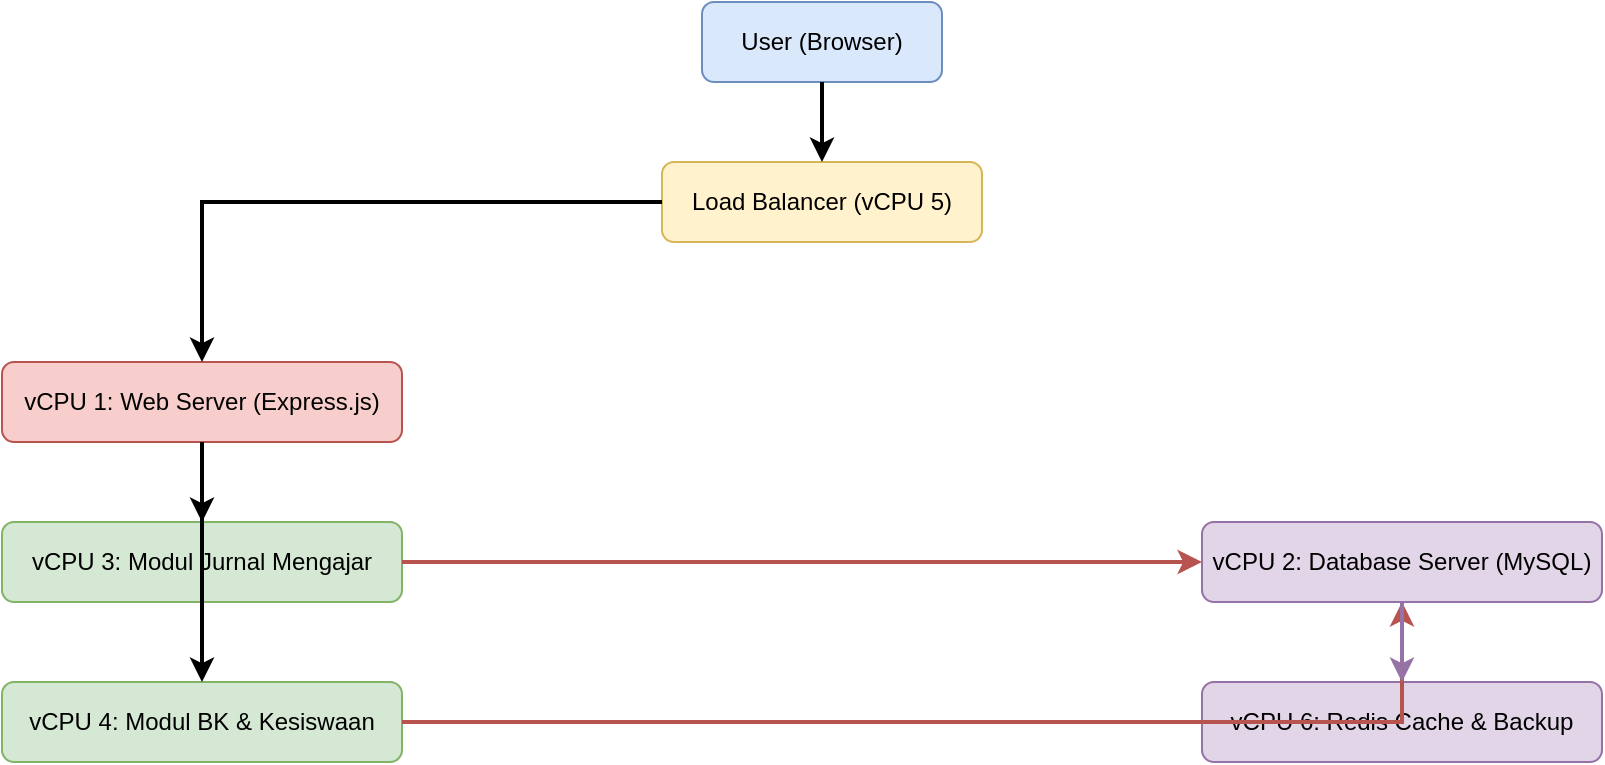
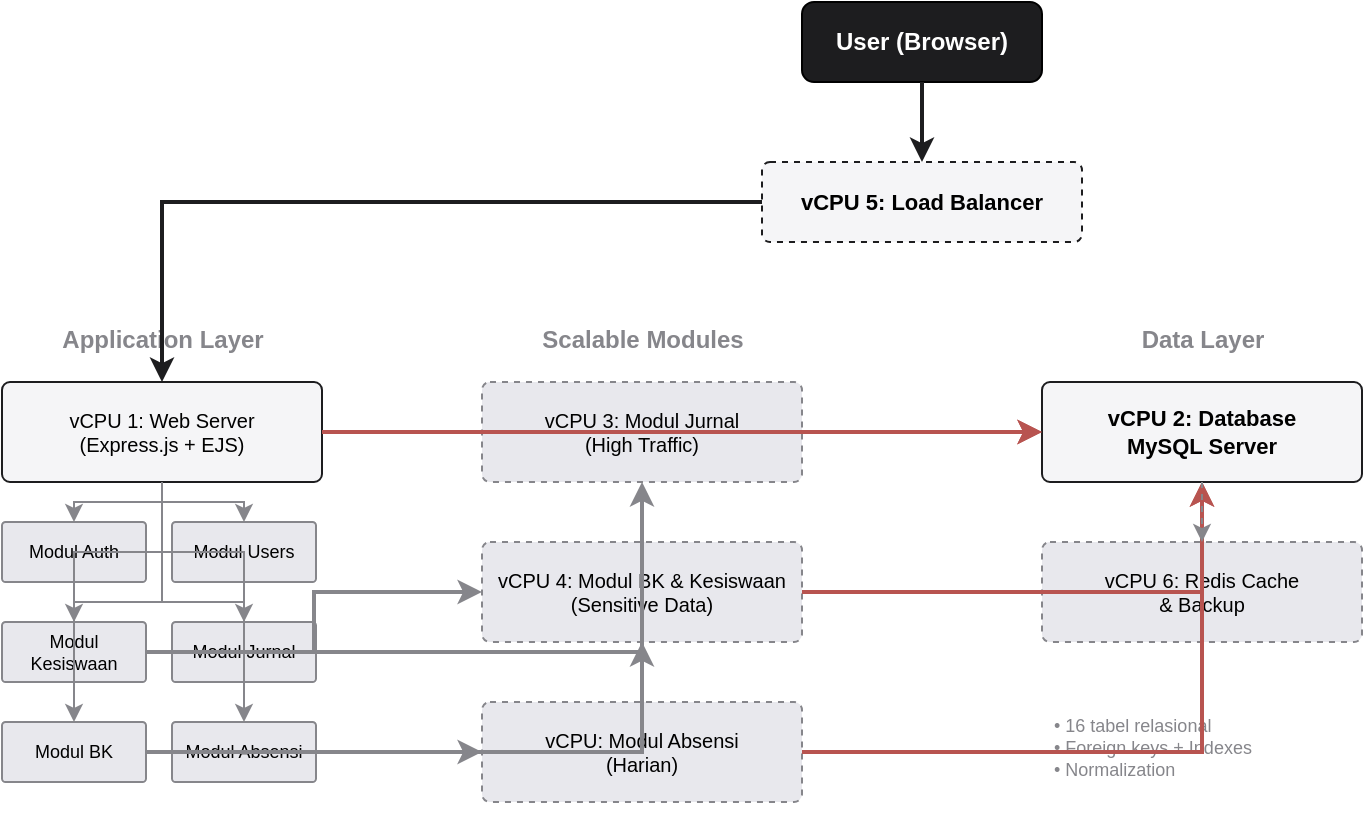
- <mxfile host="Electron" modified="2026-07-11T10:00:00.000Z" agent="Mozilla/5.0">
+ <mxfile host="Electron" modified="2026-07-14T12:00:00.000Z" agent="Mozilla/5.0">
  <diagram id="arsitektur" name="Arsitektur Sistem">
-     <mxGraphModel dx="1000" dy="600" grid="1" gridSize="10">
+     <mxGraphModel dx="1200" dy="800" grid="1" gridSize="10">
      <root>
        <mxCell id="0" />
        <mxCell id="1" parent="0" />
-         <mxCell id="2" value="User (Browser)" style="rounded=1;whiteSpace=wrap;html=1;fillColor=#dae8fc;strokeColor=#6c8ebf;" vertex="1" parent="1">
-           <mxGeometry x="400" y="20" width="120" height="40" as="geometry" />
+         <!-- Layer 1: Client -->
+         <mxCell id="c1" value="User (Browser)" style="rounded=1;whiteSpace=wrap;html=1;fillColor=#1d1d1f;fontColor=#ffffff;fontSize=12;fontStyle=1;" vertex="1" parent="1">
+           <mxGeometry x="440" y="20" width="120" height="40" as="geometry" />
        </mxCell>
-         <mxCell id="3" value="Load Balancer (vCPU 5)" style="rounded=1;whiteSpace=wrap;html=1;fillColor=#fff2cc;strokeColor=#d6b656;" vertex="1" parent="1">
-           <mxGeometry x="380" y="100" width="160" height="40" as="geometry" />
+         <!-- Layer 2: Load Balancer -->
+         <mxCell id="lb" value="vCPU 5: Load Balancer" style="rounded=1;whiteSpace=wrap;html=1;fillColor=#f5f5f7;strokeColor=#1d1d1f;fontSize=11;fontStyle=1;dashed=1;arcSize=10;" vertex="1" parent="1">
+           <mxGeometry x="420" y="100" width="160" height="40" as="geometry" />
        </mxCell>
-         <mxCell id="4" value="vCPU 1: Web Server (Express.js)" style="rounded=1;whiteSpace=wrap;html=1;fillColor=#f8cecc;strokeColor=#b85450;" vertex="1" parent="1">
-           <mxGeometry x="50" y="200" width="200" height="40" as="geometry" />
+         <!-- Layer 3: Application -->
+         <mxCell id="l3label" value="Application Layer" style="text;html=1;strokeColor=none;fillColor=none;fontSize=12;fontStyle=1;fontColor=#86868b;align=center;" vertex="1" parent="1">
+           <mxGeometry x="40" y="175" width="160" height="30" as="geometry" />
        </mxCell>
-         <mxCell id="5" value="vCPU 3: Modul Jurnal Mengajar" style="rounded=1;whiteSpace=wrap;html=1;fillColor=#d5e8d4;strokeColor=#82b366;" vertex="1" parent="1">
-           <mxGeometry x="50" y="280" width="200" height="40" as="geometry" />
+         <mxCell id="web" value="vCPU 1: Web Server&#10;(Express.js + EJS)" style="rounded=1;whiteSpace=wrap;html=1;fillColor=#f5f5f7;strokeColor=#1d1d1f;fontSize=10;arcSize=8;" vertex="1" parent="1">
+           <mxGeometry x="40" y="210" width="160" height="50" as="geometry" />
        </mxCell>
-         <mxCell id="6" value="vCPU 4: Modul BK &amp; Kesiswaan" style="rounded=1;whiteSpace=wrap;html=1;fillColor=#d5e8d4;strokeColor=#82b366;" vertex="1" parent="1">
-           <mxGeometry x="50" y="360" width="200" height="40" as="geometry" />
+         <mxCell id="mod1" value="Modul Auth" style="rounded=1;whiteSpace=wrap;html=1;fillColor=#e8e8ed;strokeColor=#86868b;fontSize=9;arcSize=6;" vertex="1" parent="1">
+           <mxGeometry x="40" y="280" width="72" height="30" as="geometry" />
        </mxCell>
-         <mxCell id="7" value="vCPU 2: Database Server (MySQL)" style="rounded=1;whiteSpace=wrap;html=1;fillColor=#e1d5e7;strokeColor=#9673a6;" vertex="1" parent="1">
-           <mxGeometry x="650" y="280" width="200" height="40" as="geometry" />
+         <mxCell id="mod2" value="Modul Users" style="rounded=1;whiteSpace=wrap;html=1;fillColor=#e8e8ed;strokeColor=#86868b;fontSize=9;arcSize=6;" vertex="1" parent="1">
+           <mxGeometry x="125" y="280" width="72" height="30" as="geometry" />
        </mxCell>
-         <mxCell id="8" value="vCPU 6: Redis Cache &amp; Backup" style="rounded=1;whiteSpace=wrap;html=1;fillColor=#e1d5e7;strokeColor=#9673a6;" vertex="1" parent="1">
-           <mxGeometry x="650" y="360" width="200" height="40" as="geometry" />
+         <mxCell id="mod3" value="Modul Kesiswaan" style="rounded=1;whiteSpace=wrap;html=1;fillColor=#e8e8ed;strokeColor=#86868b;fontSize=9;arcSize=6;" vertex="1" parent="1">
+           <mxGeometry x="40" y="330" width="72" height="30" as="geometry" />
        </mxCell>
-         <mxCell id="9" value="" style="edgeStyle=orthogonalEdgeStyle;rounded=0;orthogonalLoop=1;jettySize=auto;html=1;strokeWidth=2;" edge="1" parent="1" source="2" target="3">
-           <mxGeometry relative="1" as="geometry" />
+         <mxCell id="mod4" value="Modul Jurnal" style="rounded=1;whiteSpace=wrap;html=1;fillColor=#e8e8ed;strokeColor=#86868b;fontSize=9;arcSize=6;" vertex="1" parent="1">
+           <mxGeometry x="125" y="330" width="72" height="30" as="geometry" />
        </mxCell>
-         <mxCell id="10" value="" style="edgeStyle=orthogonalEdgeStyle;rounded=0;orthogonalLoop=1;jettySize=auto;html=1;strokeWidth=2;" edge="1" parent="1" source="3" target="4">
-           <mxGeometry relative="1" as="geometry" />
+         <mxCell id="mod5" value="Modul BK" style="rounded=1;whiteSpace=wrap;html=1;fillColor=#e8e8ed;strokeColor=#86868b;fontSize=9;arcSize=6;" vertex="1" parent="1">
+           <mxGeometry x="40" y="380" width="72" height="30" as="geometry" />
        </mxCell>
-         <mxCell id="11" value="" style="edgeStyle=orthogonalEdgeStyle;rounded=0;orthogonalLoop=1;jettySize=auto;html=1;strokeWidth=2;" edge="1" parent="1" source="4" target="5">
-           <mxGeometry relative="1" as="geometry" />
+         <mxCell id="mod6" value="Modul Absensi" style="rounded=1;whiteSpace=wrap;html=1;fillColor=#e8e8ed;strokeColor=#86868b;fontSize=9;arcSize=6;" vertex="1" parent="1">
+           <mxGeometry x="125" y="380" width="72" height="30" as="geometry" />
        </mxCell>
-         <mxCell id="12" value="" style="edgeStyle=orthogonalEdgeStyle;rounded=0;orthogonalLoop=1;jettySize=auto;html=1;strokeWidth=2;" edge="1" parent="1" source="4" target="6">
-           <mxGeometry relative="1" as="geometry" />
+         <!-- Module Split - separate vCPU for heavy modules -->
+         <mxCell id="v3label" value="Scalable Modules" style="text;html=1;strokeColor=none;fillColor=none;fontSize=12;fontStyle=1;fontColor=#86868b;align=center;" vertex="1" parent="1">
+           <mxGeometry x="280" y="175" width="160" height="30" as="geometry" />
        </mxCell>
-         <mxCell id="13" value="" style="edgeStyle=orthogonalEdgeStyle;rounded=0;orthogonalLoop=1;jettySize=auto;html=1;strokeWidth=2;strokeColor=#b85450;" edge="1" parent="1" source="5" target="7">
-           <mxGeometry relative="1" as="geometry" />
+         <mxCell id="v3box" value="vCPU 3: Modul Jurnal&#10;(High Traffic)" style="rounded=1;whiteSpace=wrap;html=1;fillColor=#e8e8ed;strokeColor=#86868b;fontSize=10;arcSize=8;dashed=1;" vertex="1" parent="1">
+           <mxGeometry x="280" y="210" width="160" height="50" as="geometry" />
        </mxCell>
-         <mxCell id="14" value="" style="edgeStyle=orthogonalEdgeStyle;rounded=0;orthogonalLoop=1;jettySize=auto;html=1;strokeWidth=2;strokeColor=#b85450;" edge="1" parent="1" source="6" target="7">
-           <mxGeometry relative="1" as="geometry" />
+         <mxCell id="v4box" value="vCPU 4: Modul BK &amp; Kesiswaan&#10;(Sensitive Data)" style="rounded=1;whiteSpace=wrap;html=1;fillColor=#e8e8ed;strokeColor=#86868b;fontSize=10;arcSize=8;dashed=1;" vertex="1" parent="1">
+           <mxGeometry x="280" y="290" width="160" height="50" as="geometry" />
        </mxCell>
-         <mxCell id="15" value="" style="edgeStyle=orthogonalEdgeStyle;rounded=0;orthogonalLoop=1;jettySize=auto;html=1;strokeWidth=2;strokeColor=#9673a6;" edge="1" parent="1" source="7" target="8">
-           <mxGeometry relative="1" as="geometry" />
+         <mxCell id="v4b" value="vCPU: Modul Absensi&#10;(Harian)" style="rounded=1;whiteSpace=wrap;html=1;fillColor=#e8e8ed;strokeColor=#86868b;fontSize=10;arcSize=8;dashed=1;" vertex="1" parent="1">
+           <mxGeometry x="280" y="370" width="160" height="50" as="geometry" />
        </mxCell>
+         <!-- Layer 4: Data -->
+         <mxCell id="l4label" value="Data Layer" style="text;html=1;strokeColor=none;fillColor=none;fontSize=12;fontStyle=1;fontColor=#86868b;align=center;" vertex="1" parent="1">
+           <mxGeometry x="560" y="175" width="160" height="30" as="geometry" />
+         </mxCell>
+         <mxCell id="db" value="vCPU 2: Database&#10;MySQL Server" style="rounded=1;whiteSpace=wrap;html=1;fillColor=#f5f5f7;strokeColor=#1d1d1f;fontSize=11;fontStyle=1;arcSize=8;" vertex="1" parent="1">
+           <mxGeometry x="560" y="210" width="160" height="50" as="geometry" />
+         </mxCell>
+         <mxCell id="cache" value="vCPU 6: Redis Cache&#10;&amp; Backup" style="rounded=1;whiteSpace=wrap;html=1;fillColor=#e8e8ed;strokeColor=#86868b;fontSize=10;arcSize=8;dashed=1;" vertex="1" parent="1">
+           <mxGeometry x="560" y="290" width="160" height="50" as="geometry" />
+         </mxCell>
+         <mxCell id="dbdesc" value="• 16 tabel relasional&#10;• Foreign keys + Indexes&#10;• Normalization" style="text;html=1;strokeColor=none;fillColor=none;fontSize=9;fontColor=#86868b;align=left;spacingLeft=4;" vertex="1" parent="1">
+           <mxGeometry x="560" y="370" width="160" height="60" as="geometry" />
+         </mxCell>
+         <!-- Connections -->
+         <mxCell id="con1" value="" style="edgeStyle=orthogonalEdgeStyle;rounded=0;html=1;strokeWidth=2;strokeColor=#1d1d1f;" edge="1" parent="1" source="c1" target="lb"><mxGeometry relative="1" as="geometry" /></mxCell>
+         <mxCell id="con2" value="" style="edgeStyle=orthogonalEdgeStyle;rounded=0;html=1;strokeWidth=2;strokeColor=#1d1d1f;" edge="1" parent="1" source="lb" target="web"><mxGeometry relative="1" as="geometry" /></mxCell>
+         <mxCell id="con3" value="" style="edgeStyle=orthogonalEdgeStyle;rounded=0;html=1;strokeColor=#86868b;" edge="1" parent="1" source="web" target="mod1"><mxGeometry relative="1" as="geometry" /></mxCell>
+         <mxCell id="con4" value="" style="edgeStyle=orthogonalEdgeStyle;rounded=0;html=1;strokeColor=#86868b;" edge="1" parent="1" source="web" target="mod2"><mxGeometry relative="1" as="geometry" /></mxCell>
+         <mxCell id="con5" value="" style="edgeStyle=orthogonalEdgeStyle;rounded=0;html=1;strokeColor=#86868b;" edge="1" parent="1" source="web" target="mod3"><mxGeometry relative="1" as="geometry" /></mxCell>
+         <mxCell id="con6" value="" style="edgeStyle=orthogonalEdgeStyle;rounded=0;html=1;strokeColor=#86868b;" edge="1" parent="1" source="web" target="mod4"><mxGeometry relative="1" as="geometry" /></mxCell>
+         <mxCell id="con7" value="" style="edgeStyle=orthogonalEdgeStyle;rounded=0;html=1;strokeColor=#86868b;" edge="1" parent="1" source="web" target="mod5"><mxGeometry relative="1" as="geometry" /></mxCell>
+         <mxCell id="con8" value="" style="edgeStyle=orthogonalEdgeStyle;rounded=0;html=1;strokeColor=#86868b;" edge="1" parent="1" source="web" target="mod6"><mxGeometry relative="1" as="geometry" /></mxCell>
+         <mxCell id="con9" value="" style="edgeStyle=orthogonalEdgeStyle;rounded=0;html=1;strokeColor=#86868b;strokeWidth=2;" edge="1" parent="1" source="mod4" target="v3box"><mxGeometry relative="1" as="geometry" /></mxCell>
+         <mxCell id="con10" value="" style="edgeStyle=orthogonalEdgeStyle;rounded=0;html=1;strokeColor=#86868b;strokeWidth=2;" edge="1" parent="1" source="mod3" target="v4box"><mxGeometry relative="1" as="geometry" /></mxCell>
+         <mxCell id="con11" value="" style="edgeStyle=orthogonalEdgeStyle;rounded=0;html=1;strokeColor=#86868b;strokeWidth=2;" edge="1" parent="1" source="mod5" target="v4box"><mxGeometry relative="1" as="geometry" /></mxCell>
+         <mxCell id="con12" value="" style="edgeStyle=orthogonalEdgeStyle;rounded=0;html=1;strokeColor=#86868b;strokeWidth=2;" edge="1" parent="1" source="mod6" target="v4b"><mxGeometry relative="1" as="geometry" /></mxCell>
+         <mxCell id="con13" value="" style="edgeStyle=orthogonalEdgeStyle;rounded=0;html=1;strokeWidth=2;strokeColor=#b85450;" edge="1" parent="1" source="web" target="db"><mxGeometry relative="1" as="geometry" /></mxCell>
+         <mxCell id="con14" value="" style="edgeStyle=orthogonalEdgeStyle;rounded=0;html=1;strokeWidth=2;strokeColor=#b85450;" edge="1" parent="1" source="v3box" target="db"><mxGeometry relative="1" as="geometry" /></mxCell>
+         <mxCell id="con15" value="" style="edgeStyle=orthogonalEdgeStyle;rounded=0;html=1;strokeWidth=2;strokeColor=#b85450;" edge="1" parent="1" source="v4box" target="db"><mxGeometry relative="1" as="geometry" /></mxCell>
+         <mxCell id="con16" value="" style="edgeStyle=orthogonalEdgeStyle;rounded=0;html=1;strokeWidth=2;strokeColor=#b85450;" edge="1" parent="1" source="v4b" target="db"><mxGeometry relative="1" as="geometry" /></mxCell>
+         <mxCell id="con17" value="" style="edgeStyle=orthogonalEdgeStyle;rounded=0;html=1;strokeWidth=1;strokeColor=#86868b;dashed=1;" edge="1" parent="1" source="db" target="cache"><mxGeometry relative="1" as="geometry" /></mxCell>
      </root>
    </mxGraphModel>
  </diagram>
</mxfile>
